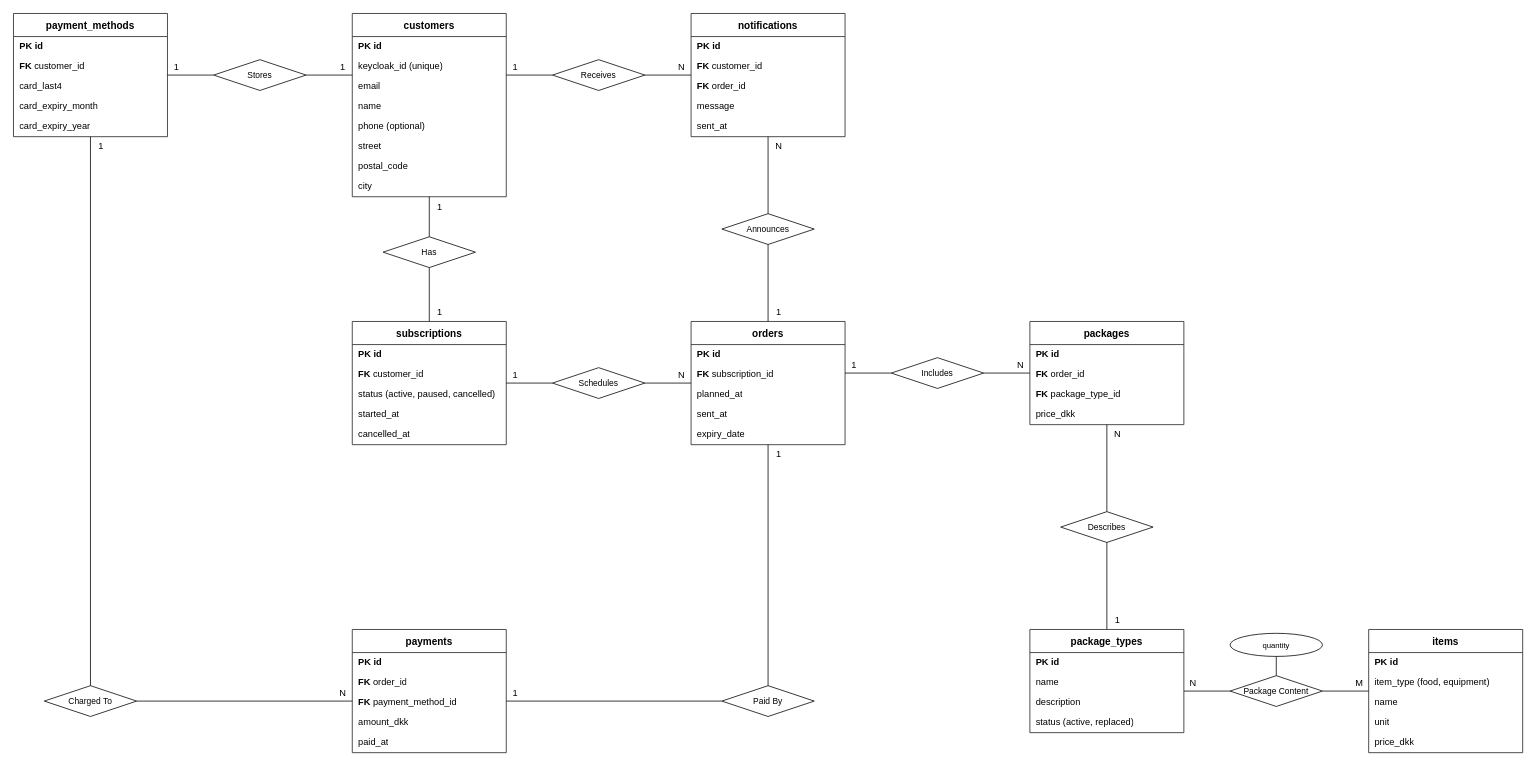
Above: docs/assets/drawio/er-diagram.drawio in Mosekjaer/prepmeup (draw.io), before the change. Source tidied: cells renumbered, new cells numbered last; positions are measured from the earlier drawing's top-left corner, leaving out a move shared by most shapes. Both pictures are drawn from the tidied source at 77%, with x=0, y=0 at pixel (13, 13).
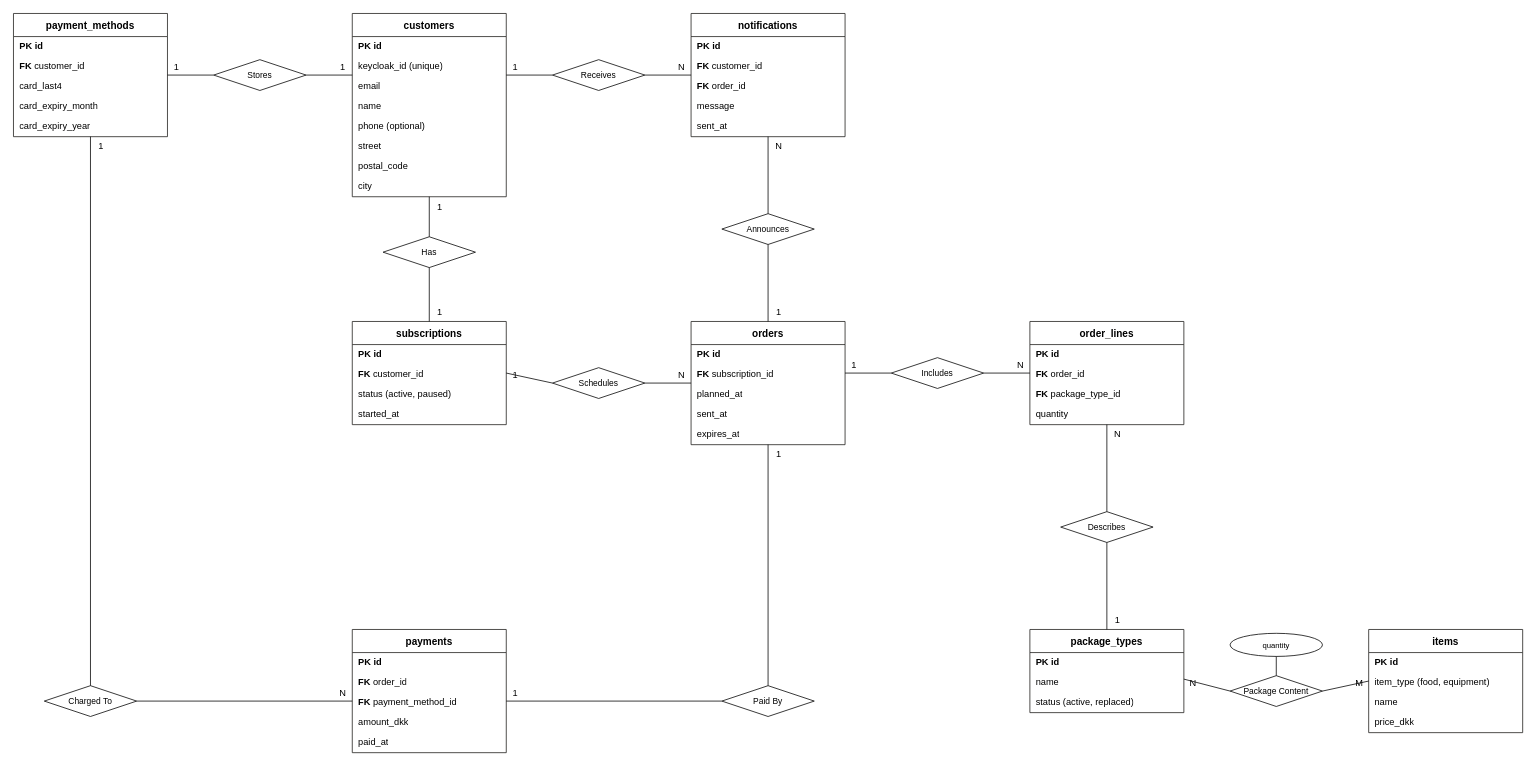
After the change.

The change refers to these unchanged cells:
```xml
<mxCell id="29" value="orders" style="swimlane;fontStyle=1;horizontal=1;startSize=30;fillColor=#FFFFFF;strokeColor=#1c1b18;strokeWidth=1;fontFamily=Helvetica;fontSize=13;" parent="1" vertex="1">
  <mxGeometry x="880" y="400" width="200" height="160" as="geometry" />
</mxCell>
```

Change to the diagram source:
```diff
@@
     <mxCell id="23" value="subscriptions" style="swimlane;fontStyle=1;horizontal=1;startSize=30;fillColor=#FFFFFF;strokeColor=#1c1b18;strokeWidth=1;fontFamily=Helvetica;fontSize=13;" parent="1" vertex="1">
-      <mxGeometry x="440" y="400" width="200" height="160" as="geometry" />
+      <mxGeometry x="440" y="400" width="200" height="134" as="geometry" />
     </mxCell>
@@
-    <mxCell id="26" value="status (active, paused, cancelled)" style="text;strokeColor=none;fillColor=none;align=left;verticalAlign=middle;spacingLeft=6;spacingRight=4;overflow=hidden;fontSize=12;fontFamily=Helvetica;html=1;" parent="23" vertex="1">
+    <mxCell id="26" value="status (active, paused)" style="text;strokeColor=none;fillColor=none;align=left;verticalAlign=middle;spacingLeft=6;spacingRight=4;overflow=hidden;fontSize=12;fontFamily=Helvetica;html=1;" parent="23" vertex="1">
       <mxGeometry y="82" width="200" height="26" as="geometry" />
     </mxCell>
@@
-    <mxCell id="28" value="cancelled_at" style="text;strokeColor=none;fillColor=none;align=left;verticalAlign=middle;spacingLeft=6;spacingRight=4;overflow=hidden;fontSize=12;fontFamily=Helvetica;html=1;" parent="23" vertex="1">
-      <mxGeometry y="134" width="200" height="26" as="geometry" />
-    </mxCell>
@@
-    <mxCell id="34" value="expiry_date" style="text;strokeColor=none;fillColor=none;align=left;verticalAlign=middle;spacingLeft=6;spacingRight=4;overflow=hidden;fontSize=12;fontFamily=Helvetica;html=1;" parent="29" vertex="1">
+    <mxCell id="34" value="expires_at" style="text;strokeColor=none;fillColor=none;align=left;verticalAlign=middle;spacingLeft=6;spacingRight=4;overflow=hidden;fontSize=12;fontFamily=Helvetica;html=1;" parent="29" vertex="1">
       <mxGeometry y="134" width="200" height="26" as="geometry" />
     </mxCell>
-    <mxCell id="35" value="packages" style="swimlane;fontStyle=1;horizontal=1;startSize=30;fillColor=#FFFFFF;strokeColor=#1c1b18;strokeWidth=1;fontFamily=Helvetica;fontSize=13;" parent="1" vertex="1">
+    <mxCell id="35" value="order_lines" style="swimlane;fontStyle=1;horizontal=1;startSize=30;fillColor=#FFFFFF;strokeColor=#1c1b18;strokeWidth=1;fontFamily=Helvetica;fontSize=13;" parent="1" vertex="1">
       <mxGeometry x="1320" y="400" width="200" height="134" as="geometry" />
     </mxCell>
@@
-    <mxCell id="39" value="price_dkk" style="text;strokeColor=none;fillColor=none;align=left;verticalAlign=middle;spacingLeft=6;spacingRight=4;overflow=hidden;fontSize=12;fontFamily=Helvetica;html=1;" parent="35" vertex="1">
+    <mxCell id="39" value="quantity" style="text;strokeColor=none;fillColor=none;align=left;verticalAlign=middle;spacingLeft=6;spacingRight=4;overflow=hidden;fontSize=12;fontFamily=Helvetica;html=1;" parent="35" vertex="1">
       <mxGeometry y="108" width="200" height="26" as="geometry" />
     </mxCell>
@@
     <mxCell id="46" value="package_types" style="swimlane;fontStyle=1;horizontal=1;startSize=30;fillColor=#FFFFFF;strokeColor=#1c1b18;strokeWidth=1;fontFamily=Helvetica;fontSize=13;" parent="1" vertex="1">
-      <mxGeometry x="1320" y="800" width="200" height="134" as="geometry" />
+      <mxGeometry x="1320" y="800" width="200" height="108" as="geometry" />
     </mxCell>
@@
-    <mxCell id="49" value="description" style="text;strokeColor=none;fillColor=none;align=left;verticalAlign=middle;spacingLeft=6;spacingRight=4;overflow=hidden;fontSize=12;fontFamily=Helvetica;html=1;" parent="46" vertex="1">
-      <mxGeometry y="82" width="200" height="26" as="geometry" />
-    </mxCell>
     <mxCell id="50" value="status (active, replaced)" style="text;strokeColor=none;fillColor=none;align=left;verticalAlign=middle;spacingLeft=6;spacingRight=4;overflow=hidden;fontSize=12;fontFamily=Helvetica;html=1;" parent="46" vertex="1">
-      <mxGeometry y="108" width="200" height="26" as="geometry" />
+      <mxGeometry y="82" width="200" height="26" as="geometry" />
     </mxCell>
     <mxCell id="51" value="items" style="swimlane;fontStyle=1;horizontal=1;startSize=30;fillColor=#FFFFFF;strokeColor=#1c1b18;strokeWidth=1;fontFamily=Helvetica;fontSize=13;" parent="1" vertex="1">
-      <mxGeometry x="1760" y="800" width="200" height="160" as="geometry" />
+      <mxGeometry x="1760" y="800" width="200" height="134" as="geometry" />
     </mxCell>
@@
-    <mxCell id="55" value="unit" style="text;strokeColor=none;fillColor=none;align=left;verticalAlign=middle;spacingLeft=6;spacingRight=4;overflow=hidden;fontSize=12;fontFamily=Helvetica;html=1;" parent="51" vertex="1">
-      <mxGeometry y="108" width="200" height="26" as="geometry" />
-    </mxCell>
     <mxCell id="56" value="price_dkk" style="text;strokeColor=none;fillColor=none;align=left;verticalAlign=middle;spacingLeft=6;spacingRight=4;overflow=hidden;fontSize=12;fontFamily=Helvetica;html=1;" parent="51" vertex="1">
-      <mxGeometry y="134" width="200" height="26" as="geometry" />
+      <mxGeometry y="108" width="200" height="26" as="geometry" />
     </mxCell>
```
